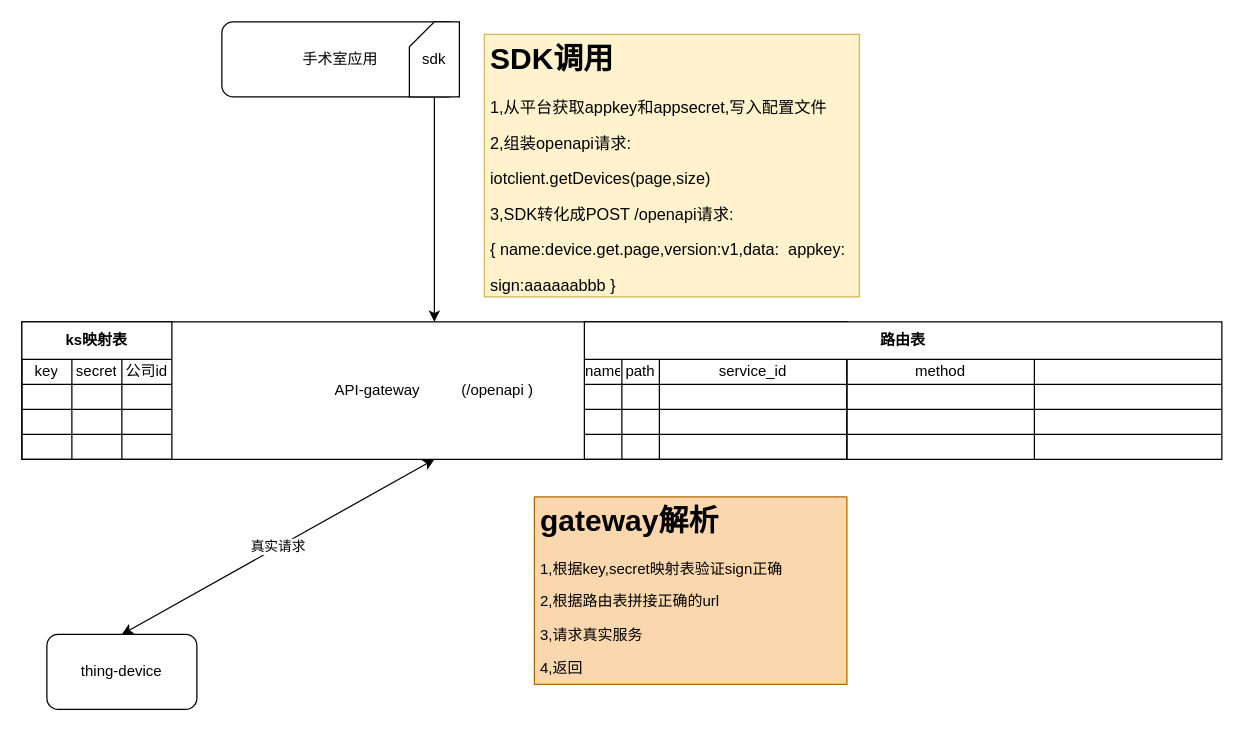
Earlier version of the draw.io diagram openapi请求流程图.drawio (newtonguo/Architecture). Source tidied: cells renumbered, new cells numbered last; positions are measured from the earlier drawing's top-left corner, leaving out a move shared by most shapes. Both pictures are drawn from the tidied source at 125%, with x=0, y=0 at pixel (21, 21).
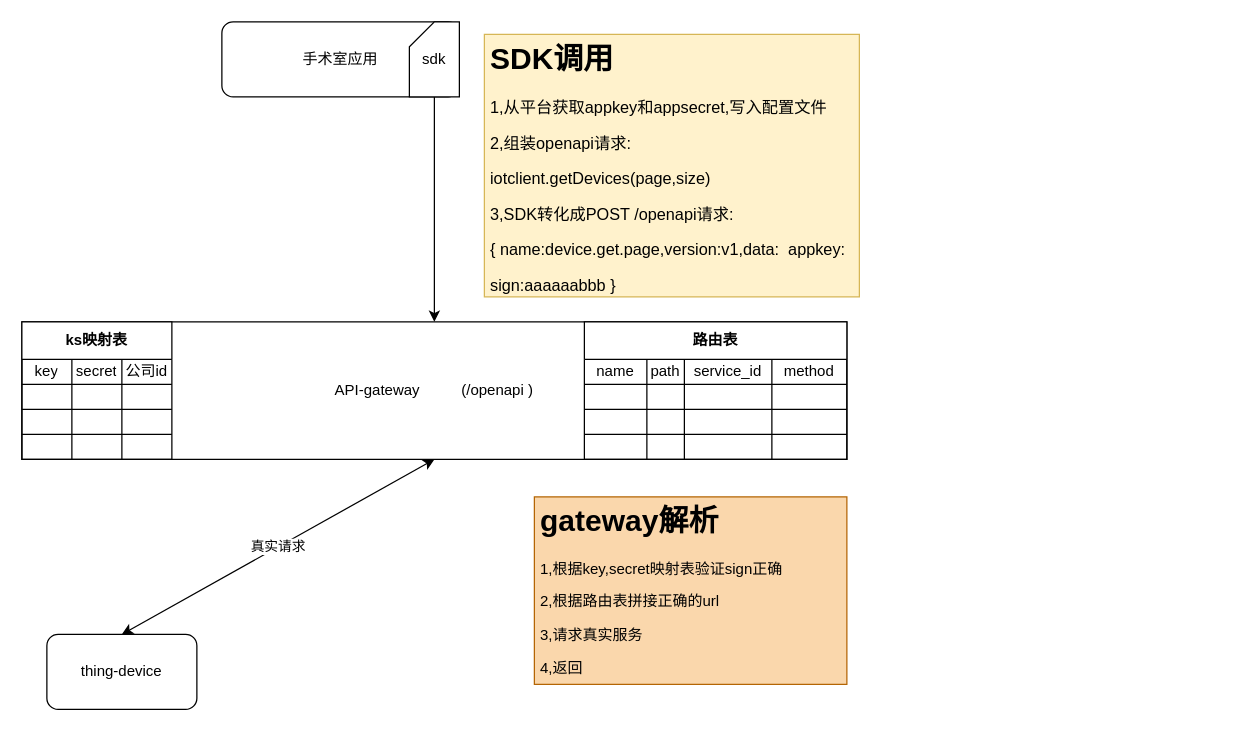
The same page after the edit.

Commit message:
更新openapi请求流程图.drawio

Diff of the diagram source:
```diff
@@
     <mxCell id="27" value="路由表" style="shape=table;html=1;whiteSpace=wrap;startSize=30;childLayout=tableLayout;fontStyle=1;align=center;shadow=0;sketch=0;" parent="1" vertex="1">
-      <mxGeometry x="450" y="240" width="510" height="110" as="geometry" />
+      <mxGeometry x="450" y="240" width="210" height="110" as="geometry" />
     </mxCell>
     <mxCell id="28" style="shape=partialRectangle;html=1;whiteSpace=wrap;fillColor=none;top=0;left=0;bottom=0;right=0;" parent="27" vertex="1">
-      <mxGeometry y="30" width="510" height="20" as="geometry" />
+      <mxGeometry y="30" width="210" height="20" as="geometry" />
     </mxCell>
     <mxCell id="29" value="name" style="shape=partialRectangle;html=1;whiteSpace=wrap;fillColor=none;top=0;left=0;bottom=0;right=0;overflow=hidden;" parent="28" vertex="1">
-      <mxGeometry width="30" height="20" as="geometry" />
+      <mxGeometry width="50" height="20" as="geometry" />
     </mxCell>
     <mxCell id="30" value="path" style="shape=partialRectangle;html=1;whiteSpace=wrap;fillColor=none;top=0;left=0;bottom=0;right=0;overflow=hidden;" parent="28" vertex="1">
-      <mxGeometry x="30" width="30" height="20" as="geometry" />
+      <mxGeometry x="50" width="30" height="20" as="geometry" />
     </mxCell>
     <mxCell id="31" value="service_id" style="shape=partialRectangle;html=1;whiteSpace=wrap;fillColor=none;top=0;left=0;bottom=0;right=0;overflow=hidden;" parent="28" vertex="1">
-      <mxGeometry x="60" width="150" height="20" as="geometry" />
+      <mxGeometry x="80" width="70" height="20" as="geometry" />
     </mxCell>
     <mxCell id="32" value="method" style="shape=partialRectangle;html=1;whiteSpace=wrap;fillColor=none;top=0;left=0;bottom=0;right=0;overflow=hidden;" parent="28" vertex="1">
-      <mxGeometry x="210" width="150" height="20" as="geometry" />
+      <mxGeometry x="150" width="60" height="20" as="geometry" />
     </mxCell>
-    <mxCell id="33" style="shape=partialRectangle;html=1;whiteSpace=wrap;fillColor=none;top=0;left=0;bottom=0;right=0;overflow=hidden;" parent="28" vertex="1">
-      <mxGeometry x="360" width="150" height="20" as="geometry" />
-    </mxCell>
     <mxCell id="34" style="shape=partialRectangle;html=1;whiteSpace=wrap;fillColor=none;top=0;left=0;bottom=0;right=0;" parent="27" vertex="1">
-      <mxGeometry y="50" width="510" height="20" as="geometry" />
+      <mxGeometry y="50" width="210" height="20" as="geometry" />
     </mxCell>
     <mxCell id="35" style="shape=partialRectangle;html=1;whiteSpace=wrap;fillColor=none;top=0;left=0;bottom=0;right=0;overflow=hidden;" parent="34" vertex="1">
-      <mxGeometry width="30" height="20" as="geometry" />
+      <mxGeometry width="50" height="20" as="geometry" />
     </mxCell>
     <mxCell id="36" style="shape=partialRectangle;html=1;whiteSpace=wrap;fillColor=none;top=0;left=0;bottom=0;right=0;overflow=hidden;" parent="34" vertex="1">
-      <mxGeometry x="30" width="30" height="20" as="geometry" />
+      <mxGeometry x="50" width="30" height="20" as="geometry" />
     </mxCell>
     <mxCell id="37" style="shape=partialRectangle;html=1;whiteSpace=wrap;fillColor=none;top=0;left=0;bottom=0;right=0;overflow=hidden;" parent="34" vertex="1">
-      <mxGeometry x="60" width="150" height="20" as="geometry" />
+      <mxGeometry x="80" width="70" height="20" as="geometry" />
     </mxCell>
     <mxCell id="38" style="shape=partialRectangle;html=1;whiteSpace=wrap;fillColor=none;top=0;left=0;bottom=0;right=0;overflow=hidden;" parent="34" vertex="1">
-      <mxGeometry x="210" width="150" height="20" as="geometry" />
+      <mxGeometry x="150" width="60" height="20" as="geometry" />
     </mxCell>
-    <mxCell id="39" style="shape=partialRectangle;html=1;whiteSpace=wrap;fillColor=none;top=0;left=0;bottom=0;right=0;overflow=hidden;" parent="34" vertex="1">
-      <mxGeometry x="360" width="150" height="20" as="geometry" />
-    </mxCell>
     <mxCell id="40" style="shape=partialRectangle;html=1;whiteSpace=wrap;fillColor=none;top=0;left=0;bottom=0;right=0;" parent="27" vertex="1">
-      <mxGeometry y="70" width="510" height="20" as="geometry" />
+      <mxGeometry y="70" width="210" height="20" as="geometry" />
     </mxCell>
     <mxCell id="41" style="shape=partialRectangle;html=1;whiteSpace=wrap;fillColor=none;top=0;left=0;bottom=0;right=0;overflow=hidden;" parent="40" vertex="1">
-      <mxGeometry width="30" height="20" as="geometry" />
+      <mxGeometry width="50" height="20" as="geometry" />
     </mxCell>
     <mxCell id="42" style="shape=partialRectangle;html=1;whiteSpace=wrap;fillColor=none;top=0;left=0;bottom=0;right=0;overflow=hidden;" parent="40" vertex="1">
-      <mxGeometry x="30" width="30" height="20" as="geometry" />
+      <mxGeometry x="50" width="30" height="20" as="geometry" />
     </mxCell>
     <mxCell id="43" style="shape=partialRectangle;html=1;whiteSpace=wrap;fillColor=none;top=0;left=0;bottom=0;right=0;overflow=hidden;" parent="40" vertex="1">
-      <mxGeometry x="60" width="150" height="20" as="geometry" />
+      <mxGeometry x="80" width="70" height="20" as="geometry" />
     </mxCell>
     <mxCell id="44" style="shape=partialRectangle;html=1;whiteSpace=wrap;fillColor=none;top=0;left=0;bottom=0;right=0;overflow=hidden;" parent="40" vertex="1">
-      <mxGeometry x="210" width="150" height="20" as="geometry" />
+      <mxGeometry x="150" width="60" height="20" as="geometry" />
     </mxCell>
-    <mxCell id="45" style="shape=partialRectangle;html=1;whiteSpace=wrap;fillColor=none;top=0;left=0;bottom=0;right=0;overflow=hidden;" parent="40" vertex="1">
-      <mxGeometry x="360" width="150" height="20" as="geometry" />
-    </mxCell>
     <mxCell id="46" style="shape=partialRectangle;html=1;whiteSpace=wrap;fillColor=none;top=0;left=0;bottom=0;right=0;" parent="27" vertex="1">
-      <mxGeometry y="90" width="510" height="20" as="geometry" />
+      <mxGeometry y="90" width="210" height="20" as="geometry" />
     </mxCell>
     <mxCell id="47" style="shape=partialRectangle;html=1;whiteSpace=wrap;fillColor=none;top=0;left=0;bottom=0;right=0;overflow=hidden;" parent="46" vertex="1">
-      <mxGeometry width="30" height="20" as="geometry" />
+      <mxGeometry width="50" height="20" as="geometry" />
     </mxCell>
     <mxCell id="48" style="shape=partialRectangle;html=1;whiteSpace=wrap;fillColor=none;top=0;left=0;bottom=0;right=0;overflow=hidden;" parent="46" vertex="1">
-      <mxGeometry x="30" width="30" height="20" as="geometry" />
+      <mxGeometry x="50" width="30" height="20" as="geometry" />
     </mxCell>
     <mxCell id="49" style="shape=partialRectangle;html=1;whiteSpace=wrap;fillColor=none;top=0;left=0;bottom=0;right=0;overflow=hidden;" parent="46" vertex="1">
-      <mxGeometry x="60" width="150" height="20" as="geometry" />
+      <mxGeometry x="80" width="70" height="20" as="geometry" />
     </mxCell>
     <mxCell id="50" style="shape=partialRectangle;html=1;whiteSpace=wrap;fillColor=none;top=0;left=0;bottom=0;right=0;overflow=hidden;" parent="46" vertex="1">
-      <mxGeometry x="210" width="150" height="20" as="geometry" />
+      <mxGeometry x="150" width="60" height="20" as="geometry" />
     </mxCell>
-    <mxCell id="51" style="shape=partialRectangle;html=1;whiteSpace=wrap;fillColor=none;top=0;left=0;bottom=0;right=0;overflow=hidden;" parent="46" vertex="1">
-      <mxGeometry x="360" width="150" height="20" as="geometry" />
-    </mxCell>
```
